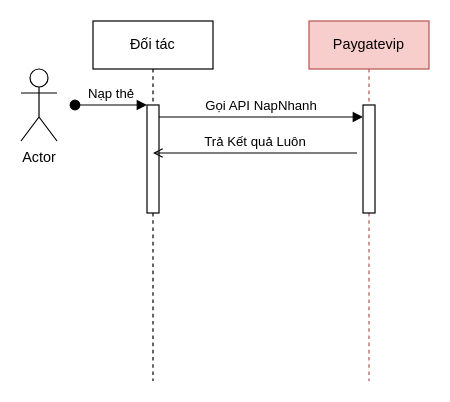
Above: NapTheNhanh.drawio in bachdev/diagram (draw.io), before the change. Source tidied: cells renumbered, new cells numbered last; positions are measured from the earlier drawing's top-left corner, leaving out a move shared by most shapes. Both pictures are drawn from the tidied source at 120%, with x=0, y=0 at pixel (20, 20).
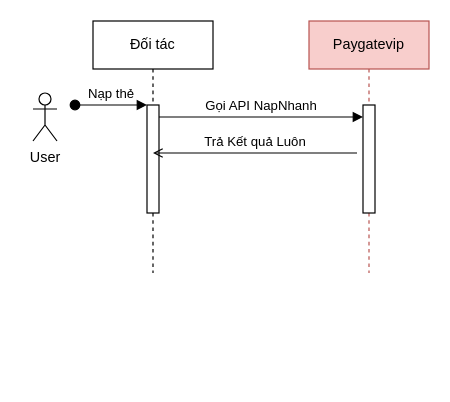
After the change.

What changed in the source:
```diff
@@
 <mxGraphModel>
   <root>
     <mxCell id="0" />
     <mxCell id="1" parent="0" />
     <mxCell id="2" value="Đối tác" style="shape=umlLifeline;perimeter=lifelinePerimeter;whiteSpace=wrap;html=1;newEdgeStyle={&quot;edgeStyle&quot;:&quot;elbowEdgeStyle&quot;,&quot;elbow&quot;:&quot;vertical&quot;,&quot;curved&quot;:0,&quot;rounded&quot;:0};" parent="1" vertex="1">
-      <mxGeometry x="60" width="100" height="300" as="geometry" />
+      <mxGeometry x="60" width="100" height="210" as="geometry" />
     </mxCell>
     <mxCell id="3" style="html=1;points=[];perimeter=orthogonalPerimeter;outlineConnect=0;targetShapes=umlLifeline;portConstraint=eastwest;newEdgeStyle={&quot;edgeStyle&quot;:&quot;elbowEdgeStyle&quot;,&quot;elbow&quot;:&quot;vertical&quot;,&quot;curved&quot;:0,&quot;rounded&quot;:0};" parent="2" vertex="1">
       <mxGeometry x="45" y="70" width="10" height="90" as="geometry" />
     </mxCell>
     <mxCell id="4" value="Nạp thẻ" style="html=1;verticalAlign=bottom;startArrow=oval;endArrow=block;startSize=8;edgeStyle=elbowEdgeStyle;elbow=vertical;curved=0;rounded=0;" parent="2" edge="1" target="3">
       <mxGeometry relative="1" as="geometry">
         <mxPoint x="-15" y="70" as="sourcePoint" />
       </mxGeometry>
     </mxCell>
     <mxCell id="5" value="Paygatevip" style="shape=umlLifeline;perimeter=lifelinePerimeter;whiteSpace=wrap;html=1;newEdgeStyle={&quot;edgeStyle&quot;:&quot;elbowEdgeStyle&quot;,&quot;elbow&quot;:&quot;vertical&quot;,&quot;curved&quot;:0,&quot;rounded&quot;:0};fillColor=#f8cecc;strokeColor=#b85450;" parent="1" vertex="1">
-      <mxGeometry x="240" width="100" height="300" as="geometry" />
+      <mxGeometry x="240" width="100" height="210" as="geometry" />
     </mxCell>
     <mxCell id="6" style="html=1;points=[];perimeter=orthogonalPerimeter;outlineConnect=0;targetShapes=umlLifeline;portConstraint=eastwest;newEdgeStyle={&quot;edgeStyle&quot;:&quot;elbowEdgeStyle&quot;,&quot;elbow&quot;:&quot;vertical&quot;,&quot;curved&quot;:0,&quot;rounded&quot;:0};" parent="5" vertex="1">
       <mxGeometry x="45" y="70" width="10" height="90" as="geometry" />
     </mxCell>
     <mxCell id="7" value="Gọi API NapNhanh" style="html=1;verticalAlign=bottom;endArrow=block;edgeStyle=elbowEdgeStyle;elbow=vertical;curved=0;rounded=0;" parent="1" edge="1" source="3" target="6">
       <mxGeometry relative="1" as="geometry">
         <Array as="points">
           <mxPoint x="200" y="80" />
         </Array>
       </mxGeometry>
     </mxCell>
     <mxCell id="8" value="Trả Kết quả Luôn" style="html=1;verticalAlign=bottom;endArrow=open;edgeStyle=elbowEdgeStyle;elbow=vertical;curved=0;rounded=0;" parent="1" edge="1">
       <mxGeometry relative="1" as="geometry">
         <mxPoint x="280" y="110" as="sourcePoint" />
         <mxPoint x="110" y="110" as="targetPoint" />
         <Array as="points">
           <mxPoint x="205" y="110" />
         </Array>
       </mxGeometry>
     </mxCell>
-    <mxCell id="9" value="Actor" style="shape=umlActor;verticalLabelPosition=bottom;verticalAlign=top;html=1;" parent="1" vertex="1">
-      <mxGeometry y="40" width="30" height="60" as="geometry" />
+    <mxCell id="9" value="User" style="shape=umlActor;verticalLabelPosition=bottom;verticalAlign=top;html=1;" parent="1" vertex="1">
+      <mxGeometry x="10" y="60" width="20" height="40" as="geometry" />
     </mxCell>
   </root>
 </mxGraphModel>
```
